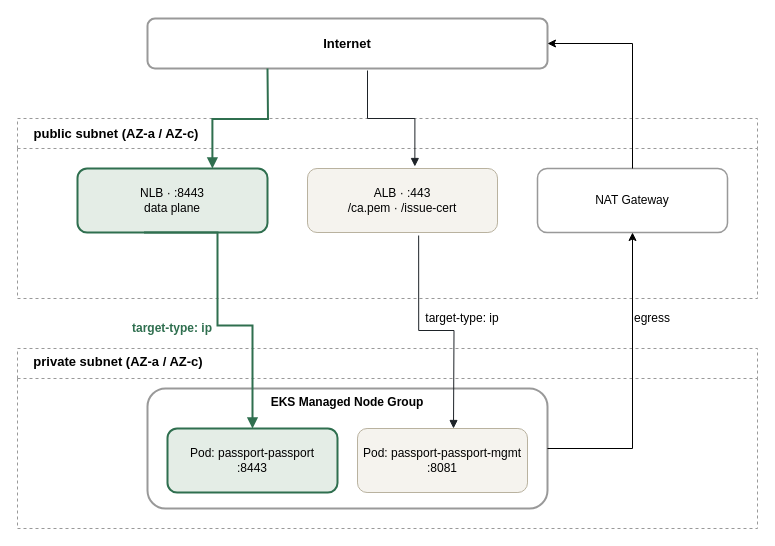
Earlier version of the draw.io diagram assets/infra-architecture.drawio (yokawasa/passport-aws-sandbox). Source tidied: cells renumbered, new cells numbered last; positions are measured from the earlier drawing's top-left corner, leaving out a move shared by most shapes. Both pictures are drawn from the tidied source at 100%, with x=0, y=0 at pixel (17, 18).
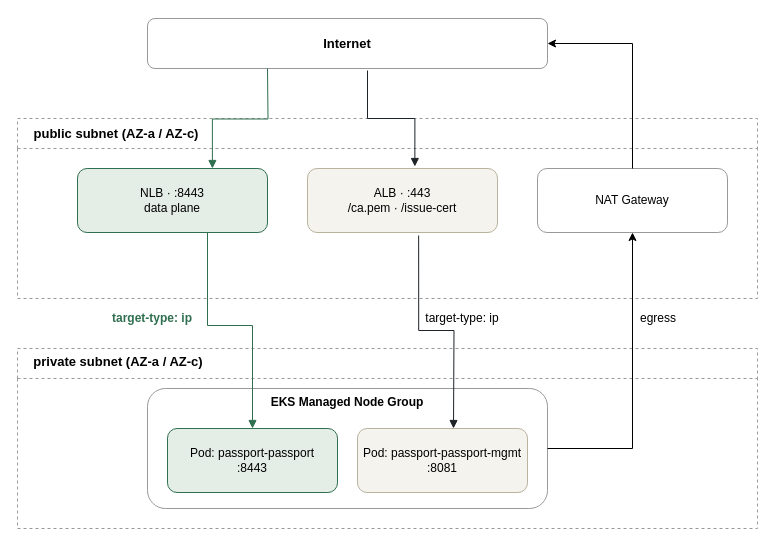
After the change.

Commit message (it also covers changes not shown here):
update infra archi

Unchanged cells that the change refers to:
```xml
<mxCell id="3" style="swimlane;startSize=30;fillColor=none;strokeColor=#999999;dashed=1;fontStyle=1;fontSize=13;align=center;verticalAlign=top;html=1;" parent="1" vertex="1">
  <mxGeometry y="100" width="740" height="180" as="geometry" />
</mxCell>
<mxCell id="8" style="swimlane;startSize=30;fillColor=none;strokeColor=#999999;dashed=1;fontStyle=1;fontSize=13;align=center;verticalAlign=top;html=1;" parent="1" vertex="1">
  <mxGeometry y="330" width="740" height="180" as="geometry" />
</mxCell>
```

What changed in the source:
```diff
@@
-    <mxCell id="2" value="Internet" style="rounded=1;whiteSpace=wrap;html=1;fillColor=#ffffff;strokeColor=#999999;strokeWidth=2;fontSize=13;fontStyle=1;align=center;" parent="1" vertex="1">
+    <mxCell id="2" value="Internet" style="rounded=1;whiteSpace=wrap;html=1;fillColor=#ffffff;strokeColor=#999999;strokeWidth=1;fontSize=13;fontStyle=1;align=center;" parent="1" vertex="1">
       <mxGeometry x="130" width="400" height="50" as="geometry" />
     </mxCell>
@@
-    <mxCell id="4" value="NLB · :8443&#10;data plane" style="rounded=1;whiteSpace=wrap;html=1;fillColor=#e4ede6;strokeColor=#2f6f4f;strokeWidth=2;fontSize=12;align=center;" parent="3" vertex="1">
+    <mxCell id="4" value="NLB · :8443&#10;data plane" style="rounded=1;whiteSpace=wrap;html=1;fillColor=#e4ede6;strokeColor=#2f6f4f;strokeWidth=1;fontSize=12;align=center;" parent="3" vertex="1">
       <mxGeometry x="60" y="50" width="190" height="64" as="geometry" />
     </mxCell>
@@
-    <mxCell id="6" value="NAT Gateway" style="rounded=1;whiteSpace=wrap;html=1;fillColor=#ffffff;strokeColor=#999999;strokeWidth=1.5;fontSize=12;align=center;" parent="3" vertex="1">
+    <mxCell id="6" value="NAT Gateway" style="rounded=1;whiteSpace=wrap;html=1;fillColor=#ffffff;strokeColor=#999999;strokeWidth=1;fontSize=12;align=center;" parent="3" vertex="1">
       <mxGeometry x="520" y="50" width="190" height="64" as="geometry" />
     </mxCell>
@@
-    <mxCell id="9" value="EKS Managed Node Group" style="rounded=1;whiteSpace=wrap;html=1;fillColor=#ffffff;strokeColor=#999999;strokeWidth=2;fontSize=12;fontStyle=1;align=center;verticalAlign=top;" parent="8" vertex="1">
+    <mxCell id="9" value="EKS Managed Node Group" style="rounded=1;whiteSpace=wrap;html=1;fillColor=#ffffff;strokeColor=#999999;strokeWidth=1;fontSize=12;fontStyle=1;align=center;verticalAlign=top;" parent="8" vertex="1">
       <mxGeometry x="130" y="40" width="400" height="120" as="geometry" />
     </mxCell>
-    <mxCell id="10" value="Pod: passport-passport&lt;br&gt;:8443" style="rounded=1;whiteSpace=wrap;html=1;fillColor=#e4ede6;strokeColor=#2f6f4f;strokeWidth=2;fontSize=12;align=center;" parent="8" vertex="1">
+    <mxCell id="10" value="Pod: passport-passport&lt;br&gt;:8443" style="rounded=1;whiteSpace=wrap;html=1;fillColor=#e4ede6;strokeColor=#2f6f4f;strokeWidth=1;fontSize=12;align=center;" parent="8" vertex="1">
       <mxGeometry x="150" y="80" width="170" height="64" as="geometry" />
     </mxCell>
@@
-    <mxCell id="13" style="edgeStyle=orthogonalEdgeStyle;rounded=0;html=1;endArrow=block;strokeColor=#2f6f4f;strokeWidth=2;entryX=0.71;entryY=0;entryDx=0;entryDy=0;entryPerimeter=0;" parent="1" edge="1" target="4">
+    <mxCell id="13" style="edgeStyle=orthogonalEdgeStyle;rounded=0;html=1;endArrow=block;strokeColor=#2f6f4f;strokeWidth=1;entryX=0.71;entryY=0;entryDx=0;entryDy=0;entryPerimeter=0;" parent="1" edge="1" target="4">
       <mxGeometry relative="1" as="geometry">
         <mxPoint x="250" y="50" as="sourcePoint" />
       </mxGeometry>
     </mxCell>
@@
-    <mxCell id="15" style="edgeStyle=orthogonalEdgeStyle;rounded=0;html=1;endArrow=block;strokeColor=#2f6f4f;strokeWidth=2;fontSize=10.5;fontColor=#2f6f4f;fontStyle=1;exitX=0.35;exitY=1;entryX=0.5;entryY=0;entryDx=0;entryDy=0;" parent="1" edge="1" source="4" target="10">
+    <mxCell id="15" style="edgeStyle=orthogonalEdgeStyle;rounded=0;html=1;endArrow=block;strokeColor=#2f6f4f;strokeWidth=1;fontSize=10.5;fontColor=#2f6f4f;fontStyle=1;entryX=0.5;entryY=0;entryDx=0;entryDy=0;" parent="1" edge="1" source="4" target="10">
       <mxGeometry relative="1" as="geometry">
         <Array as="points">
-          <mxPoint x="200" y="214" />
-          <mxPoint x="200" y="307" />
+          <mxPoint x="190" y="307" />
           <mxPoint x="235" y="307" />
         </Array>
       </mxGeometry>
     </mxCell>
@@
     <mxCell id="19" value="&lt;font color=&quot;#2f6f4f&quot;&gt;&lt;b&gt;target-type: ip&lt;/b&gt;&lt;/font&gt;" style="text;html=1;strokeColor=none;fillColor=none;align=center;verticalAlign=middle;whiteSpace=wrap;rounded=0;" parent="1" vertex="1">
-      <mxGeometry x="110" y="300" width="90" height="20" as="geometry" />
+      <mxGeometry x="90" y="290" width="90" height="20" as="geometry" />
     </mxCell>
@@
     <mxCell id="21" value="egress" style="text;html=1;strokeColor=none;fillColor=none;align=center;verticalAlign=middle;whiteSpace=wrap;rounded=0;" parent="1" vertex="1">
-      <mxGeometry x="590" y="290" width="90" height="20" as="geometry" />
+      <mxGeometry x="596" y="290" width="90" height="20" as="geometry" />
     </mxCell>
+    <mxCell id="22" style="edgeStyle=orthogonalEdgeStyle;rounded=0;orthogonalLoop=1;jettySize=auto;html=1;exitX=0.5;exitY=1;exitDx=0;exitDy=0;" parent="1" edge="1">
+      <mxGeometry relative="1" as="geometry">
+        <mxPoint x="639" y="310" as="sourcePoint" />
+        <mxPoint x="639" y="310" as="targetPoint" />
+      </mxGeometry>
+    </mxCell>
```
